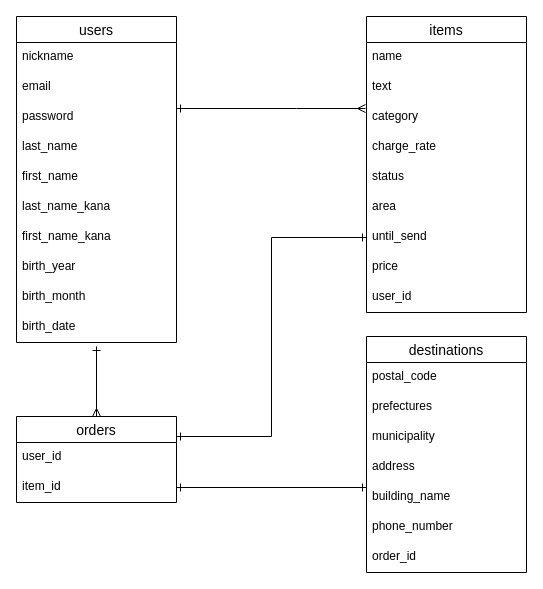
yu9n03/furima-35943 keeps this draw.io diagram as furima-35943.dio. Above is the earlier version. Source tidied: cells renumbered, new cells numbered last; positions are measured from the earlier drawing's top-left corner, leaving out a move shared by most shapes. Both pictures are drawn from the tidied source at 100%, with x=0, y=0 at pixel (16, 16).
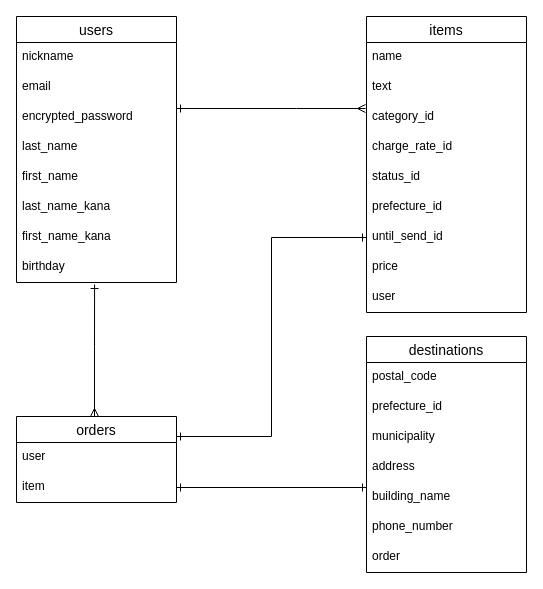
Above is the later version.

Commit message (it also covers changes not shown here):
テーブル名の修正

Unchanged cells that the change refers to:
```xml
<mxCell id="14" value="items" style="swimlane;fontStyle=0;horizontal=1;startSize=26;align=center;fontSize=14;" parent="1" vertex="1">
  <mxGeometry x="350" width="160" height="296" as="geometry" />
</mxCell>
<mxCell id="25" value="orders" style="swimlane;fontStyle=0;horizontal=1;startSize=26;align=center;fontSize=14;" parent="1" vertex="1">
  <mxGeometry y="400" width="160" height="86" as="geometry" />
</mxCell>
<mxCell id="28" value="destinations" style="swimlane;fontStyle=0;horizontal=1;startSize=26;align=center;fontSize=14;" parent="1" vertex="1">
  <mxGeometry x="350" y="320" width="160" height="236" as="geometry" />
</mxCell>
```

What changed in the source:
```diff
@@
     <mxCell id="3" value="users" style="swimlane;fontStyle=0;horizontal=1;startSize=26;align=center;fontSize=14;" parent="1" vertex="1">
-      <mxGeometry width="160" height="326" as="geometry" />
+      <mxGeometry width="160" height="266" as="geometry" />
     </mxCell>
@@
-    <mxCell id="6" value="password" style="text;strokeColor=none;fillColor=none;spacingLeft=4;spacingRight=4;overflow=hidden;fontSize=12;" parent="3" vertex="1">
+    <mxCell id="6" value="encrypted_password" style="text;strokeColor=none;fillColor=none;spacingLeft=4;spacingRight=4;overflow=hidden;fontSize=12;" parent="3" vertex="1">
       <mxGeometry y="86" width="160" height="30" as="geometry" />
     </mxCell>
@@
-    <mxCell id="11" value="birth_year" style="text;strokeColor=none;fillColor=none;spacingLeft=4;spacingRight=4;overflow=hidden;points=[[0,0.5],[1,0.5]];portConstraint=eastwest;fontSize=12;" parent="3" vertex="1">
+    <mxCell id="11" value="birthday" style="text;strokeColor=none;fillColor=none;spacingLeft=4;spacingRight=4;overflow=hidden;points=[[0,0.5],[1,0.5]];portConstraint=eastwest;fontSize=12;" parent="3" vertex="1">
       <mxGeometry y="236" width="160" height="30" as="geometry" />
     </mxCell>
-    <mxCell id="12" value="birth_month" style="text;strokeColor=none;fillColor=none;spacingLeft=4;spacingRight=4;overflow=hidden;fontSize=12;" parent="3" vertex="1">
-      <mxGeometry y="266" width="160" height="30" as="geometry" />
-    </mxCell>
-    <mxCell id="13" value="birth_date" style="text;strokeColor=none;fillColor=none;spacingLeft=4;spacingRight=4;overflow=hidden;fontSize=12;" parent="3" vertex="1">
-      <mxGeometry y="296" width="160" height="30" as="geometry" />
-    </mxCell>
@@
-    <mxCell id="17" value="category" style="text;strokeColor=none;fillColor=none;spacingLeft=4;spacingRight=4;overflow=hidden;fontSize=12;" parent="14" vertex="1">
+    <mxCell id="17" value="category_id" style="text;strokeColor=none;fillColor=none;spacingLeft=4;spacingRight=4;overflow=hidden;fontSize=12;" parent="14" vertex="1">
       <mxGeometry y="86" width="160" height="30" as="geometry" />
     </mxCell>
-    <mxCell id="18" value="charge_rate" style="text;strokeColor=none;fillColor=none;spacingLeft=4;spacingRight=4;overflow=hidden;fontSize=12;" parent="14" vertex="1">
+    <mxCell id="18" value="charge_rate_id" style="text;strokeColor=none;fillColor=none;spacingLeft=4;spacingRight=4;overflow=hidden;fontSize=12;" parent="14" vertex="1">
       <mxGeometry y="116" width="160" height="30" as="geometry" />
     </mxCell>
-    <mxCell id="19" value="status" style="text;strokeColor=none;fillColor=none;spacingLeft=4;spacingRight=4;overflow=hidden;fontSize=12;" parent="14" vertex="1">
+    <mxCell id="19" value="status_id" style="text;strokeColor=none;fillColor=none;spacingLeft=4;spacingRight=4;overflow=hidden;fontSize=12;" parent="14" vertex="1">
       <mxGeometry y="146" width="160" height="30" as="geometry" />
     </mxCell>
-    <mxCell id="20" value="area" style="text;strokeColor=none;fillColor=none;spacingLeft=4;spacingRight=4;overflow=hidden;fontSize=12;" parent="14" vertex="1">
+    <mxCell id="20" value="prefecture_id" style="text;strokeColor=none;fillColor=none;spacingLeft=4;spacingRight=4;overflow=hidden;fontSize=12;" parent="14" vertex="1">
       <mxGeometry y="176" width="160" height="30" as="geometry" />
     </mxCell>
-    <mxCell id="21" value="until_send" style="text;strokeColor=none;fillColor=none;spacingLeft=4;spacingRight=4;overflow=hidden;fontSize=12;" parent="14" vertex="1">
+    <mxCell id="21" value="until_send_id" style="text;strokeColor=none;fillColor=none;spacingLeft=4;spacingRight=4;overflow=hidden;fontSize=12;" parent="14" vertex="1">
       <mxGeometry y="206" width="160" height="30" as="geometry" />
     </mxCell>
@@
-    <mxCell id="23" value="user_id" style="text;strokeColor=none;fillColor=none;spacingLeft=4;spacingRight=4;overflow=hidden;fontSize=12;" parent="14" vertex="1">
+    <mxCell id="23" value="user" style="text;strokeColor=none;fillColor=none;spacingLeft=4;spacingRight=4;overflow=hidden;fontSize=12;" parent="14" vertex="1">
       <mxGeometry y="266" width="160" height="30" as="geometry" />
     </mxCell>
-    <mxCell id="24" style="edgeStyle=orthogonalEdgeStyle;rounded=0;jettySize=auto;html=1;startArrow=ERmany;startFill=0;endArrow=ERone;endFill=0;" parent="1" edge="1" source="25">
+    <mxCell id="24" style="edgeStyle=orthogonalEdgeStyle;rounded=0;jettySize=auto;html=1;startArrow=ERmany;startFill=0;endArrow=ERone;endFill=0;entryX=0.488;entryY=1.067;entryDx=0;entryDy=0;entryPerimeter=0;" parent="1" edge="1" source="25" target="11">
       <mxGeometry relative="1" as="geometry">
-        <mxPoint x="80" y="330" as="targetPoint" />
+        <Array as="points">
+          <mxPoint x="78" y="330" />
+          <mxPoint x="78" y="330" />
+        </Array>
       </mxGeometry>
     </mxCell>
@@
-    <mxCell id="26" value="user_id" style="text;strokeColor=none;fillColor=none;spacingLeft=4;spacingRight=4;overflow=hidden;fontSize=12;" parent="25" vertex="1">
+    <mxCell id="26" value="user" style="text;strokeColor=none;fillColor=none;spacingLeft=4;spacingRight=4;overflow=hidden;fontSize=12;" parent="25" vertex="1">
       <mxGeometry y="26" width="160" height="30" as="geometry" />
     </mxCell>
-    <mxCell id="27" value="item_id" style="text;strokeColor=none;fillColor=none;spacingLeft=4;spacingRight=4;overflow=hidden;points=[[0,0.5],[1,0.5]];portConstraint=eastwest;fontSize=12;" parent="25" vertex="1">
+    <mxCell id="27" value="item" style="text;strokeColor=none;fillColor=none;spacingLeft=4;spacingRight=4;overflow=hidden;points=[[0,0.5],[1,0.5]];portConstraint=eastwest;fontSize=12;" parent="25" vertex="1">
       <mxGeometry y="56" width="160" height="30" as="geometry" />
     </mxCell>
@@
-    <mxCell id="30" value="prefectures" style="text;strokeColor=none;fillColor=none;spacingLeft=4;spacingRight=4;overflow=hidden;fontSize=12;" parent="28" vertex="1">
+    <mxCell id="30" value="prefecture_id" style="text;strokeColor=none;fillColor=none;spacingLeft=4;spacingRight=4;overflow=hidden;fontSize=12;" parent="28" vertex="1">
       <mxGeometry y="56" width="160" height="30" as="geometry" />
     </mxCell>
@@
-    <mxCell id="35" value="order_id" style="text;strokeColor=none;fillColor=none;spacingLeft=4;spacingRight=4;overflow=hidden;fontSize=12;" parent="28" vertex="1">
+    <mxCell id="35" value="order" style="text;strokeColor=none;fillColor=none;spacingLeft=4;spacingRight=4;overflow=hidden;fontSize=12;" parent="28" vertex="1">
       <mxGeometry y="206" width="160" height="30" as="geometry" />
     </mxCell>
```
